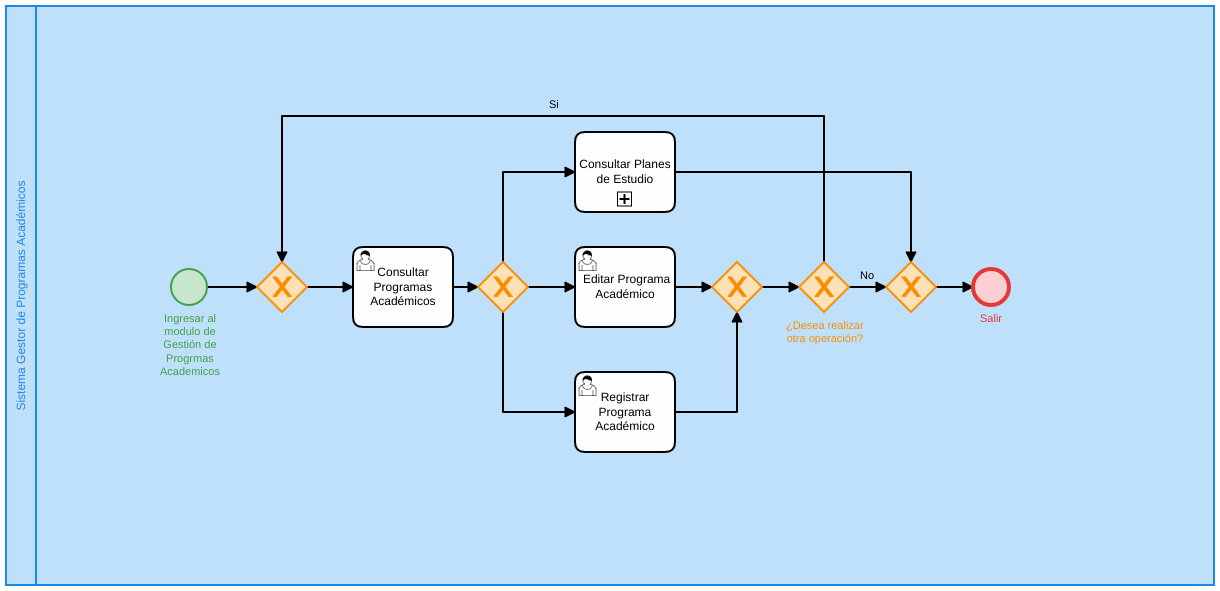
Above: Manual de Usuario/Jefe de Innovación Educatva/images/SP3/gestionPA.png in SoftwareEngineerESCOM/IngSof (BPMN), before the change. Its source is kept beside it as Manual de Usuario/Jefe de Innovación Educatva/images/SP3/gestionPA.bpmn. Ids are renumbered.
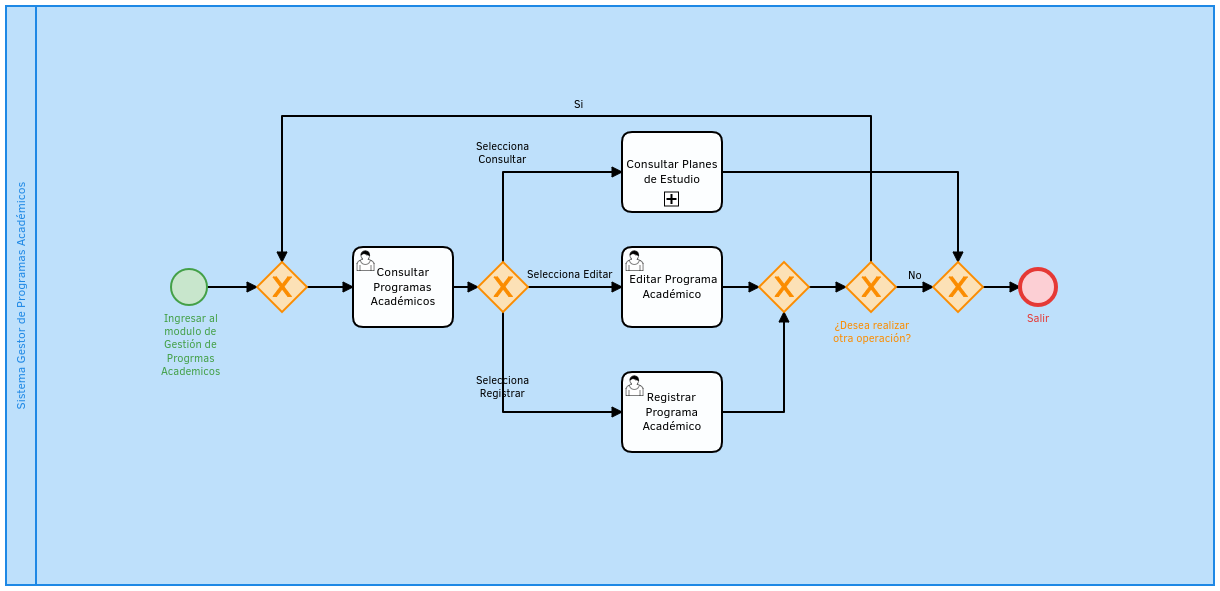
After the change.

Diff of the diagram source:
```diff
@@ -1,35 +1,37 @@
-<bpmn:definitions xmlns:bpmn="http://www.omg.org/spec/BPMN/20100524/MODEL" xmlns:bpmndi="http://www.omg.org/spec/BPMN/20100524/DI" xmlns:di="http://www.omg.org/spec/DD/20100524/DI" xmlns:dc="http://www.omg.org/spec/DD/20100524/DC" xmlns:bioc="http://bpmn.io/schema/bpmn/biocolor/1.0" id="Definitions_n1" targetNamespace="http://bpmn.io/schema/bpmn" exporter="Camunda Modeler" exporterVersion="2.0.1">
+<bpmn:definitions xmlns:bpmn="http://www.omg.org/spec/BPMN/20100524/MODEL" xmlns:bpmndi="http://www.omg.org/spec/BPMN/20100524/DI" xmlns:di="http://www.omg.org/spec/DD/20100524/DI" xmlns:dc="http://www.omg.org/spec/DD/20100524/DC" xmlns:bioc="http://bpmn.io/schema/bpmn/biocolor/1.0" id="Definitions_n1" targetNamespace="http://bpmn.io/schema/bpmn" exporter="Camunda Modeler" exporterVersion="2.0.3">
   <bpmn:collaboration id="Collaboration_n2">
     <bpmn:participant id="Participant_n3" name="Sistema Gestor de Programas Académicos" processRef="Process_1" />
   </bpmn:collaboration>
   <bpmn:process id="Process_1" isExecutable="true">
-    <bpmn:sequenceFlow id="SequenceFlow_n4" name="Si" sourceRef="ExclusiveGateway_n5" targetRef="ExclusiveGateway_n6" />
-    <bpmn:sequenceFlow id="SequenceFlow_n7" sourceRef="StartEvent_1" targetRef="ExclusiveGateway_n6" />
     <bpmn:startEvent id="StartEvent_1" name="Ingresar al modulo de Gestión de Progrmas Academicos">
       <bpmn:outgoing>SequenceFlow_n7</bpmn:outgoing>
     </bpmn:startEvent>
-    <bpmn:exclusiveGateway id="ExclusiveGateway_n5" name="¿Desea realizar&#10;otra operación?">
-      <bpmn:incoming>SequenceFlow_n8</bpmn:incoming>
-      <bpmn:outgoing>SequenceFlow_n4</bpmn:outgoing>
-      <bpmn:outgoing>SequenceFlow_n9</bpmn:outgoing>
-    </bpmn:exclusiveGateway>
-    <bpmn:sequenceFlow id="SequenceFlow_n10" sourceRef="ExclusiveGateway_n11" targetRef="Task_n12" />
     <bpmn:userTask id="Task_n13" name="Consultar&#10;Programas Académicos">
       <bpmn:incoming>SequenceFlow_n14</bpmn:incoming>
       <bpmn:outgoing>SequenceFlow_n15</bpmn:outgoing>
     </bpmn:userTask>
-    <bpmn:sequenceFlow id="SequenceFlow_n16" sourceRef="ExclusiveGateway_n11" targetRef="Task_n17" />
-    <bpmn:sequenceFlow id="SequenceFlow_n18" sourceRef="ExclusiveGateway_n11" targetRef="Task_n19" />
-    <bpmn:sequenceFlow id="SequenceFlow_n20" sourceRef="Task_n17" targetRef="ExclusiveGateway_n21" />
-    <bpmn:sequenceFlow id="SequenceFlow_n22" sourceRef="Task_n19" targetRef="ExclusiveGateway_n21" />
-    <bpmn:sequenceFlow id="SequenceFlow_n8" sourceRef="ExclusiveGateway_n21" targetRef="ExclusiveGateway_n5" />
-    <bpmn:sequenceFlow id="SequenceFlow_n15" sourceRef="Task_n13" targetRef="ExclusiveGateway_n11" />
-    <bpmn:sequenceFlow id="SequenceFlow_n14" sourceRef="ExclusiveGateway_n6" targetRef="Task_n13" />
     <bpmn:exclusiveGateway id="ExclusiveGateway_n11">
       <bpmn:incoming>SequenceFlow_n15</bpmn:incoming>
       <bpmn:outgoing>SequenceFlow_n10</bpmn:outgoing>
       <bpmn:outgoing>SequenceFlow_n16</bpmn:outgoing>
       <bpmn:outgoing>SequenceFlow_n18</bpmn:outgoing>
+    </bpmn:exclusiveGateway>
+    <bpmn:exclusiveGateway id="ExclusiveGateway_n6">
+      <bpmn:incoming>SequenceFlow_n4</bpmn:incoming>
+      <bpmn:incoming>SequenceFlow_n7</bpmn:incoming>
+      <bpmn:outgoing>SequenceFlow_n14</bpmn:outgoing>
+    </bpmn:exclusiveGateway>
+    <bpmn:sequenceFlow id="SequenceFlow_n14" sourceRef="ExclusiveGateway_n6" targetRef="Task_n13" />
+    <bpmn:sequenceFlow id="SequenceFlow_n15" sourceRef="Task_n13" targetRef="ExclusiveGateway_n11" />
+    <bpmn:sequenceFlow id="SequenceFlow_n18" name="Selecciona Registrar" sourceRef="ExclusiveGateway_n11" targetRef="Task_n19" />
+    <bpmn:sequenceFlow id="SequenceFlow_n16" name="Selecciona Editar" sourceRef="ExclusiveGateway_n11" targetRef="Task_n17" />
+    <bpmn:sequenceFlow id="SequenceFlow_n10" name="Selecciona Consultar" sourceRef="ExclusiveGateway_n11" targetRef="Task_n12" />
+    <bpmn:sequenceFlow id="SequenceFlow_n7" sourceRef="StartEvent_1" targetRef="ExclusiveGateway_n6" />
+    <bpmn:sequenceFlow id="SequenceFlow_n4" name="Si" sourceRef="ExclusiveGateway_n5" targetRef="ExclusiveGateway_n6" />
+    <bpmn:exclusiveGateway id="ExclusiveGateway_n5" name="¿Desea realizar&#10;otra operación?">
+      <bpmn:incoming>SequenceFlow_n8</bpmn:incoming>
+      <bpmn:outgoing>SequenceFlow_n4</bpmn:outgoing>
+      <bpmn:outgoing>SequenceFlow_n9</bpmn:outgoing>
     </bpmn:exclusiveGateway>
     <bpmn:userTask id="Task_n19" name="Registrar Programa Académico">
       <bpmn:incoming>SequenceFlow_n18</bpmn:incoming>
@@ -39,12 +41,9 @@
       <bpmn:incoming>SequenceFlow_n10</bpmn:incoming>
       <bpmn:outgoing>SequenceFlow_n23</bpmn:outgoing>
     </bpmn:subProcess>
-    <bpmn:sequenceFlow id="SequenceFlow_n9" name="No" sourceRef="ExclusiveGateway_n5" targetRef="ExclusiveGateway_n24" />
     <bpmn:endEvent id="EndEvent_n25" name="Salir">
       <bpmn:incoming>SequenceFlow_n26</bpmn:incoming>
     </bpmn:endEvent>
-    <bpmn:sequenceFlow id="SequenceFlow_n26" sourceRef="ExclusiveGateway_n24" targetRef="EndEvent_n25" />
-    <bpmn:sequenceFlow id="SequenceFlow_n23" sourceRef="Task_n12" targetRef="ExclusiveGateway_n24" />
     <bpmn:userTask id="Task_n17" name=" Editar Programa Académico">
       <bpmn:incoming>SequenceFlow_n16</bpmn:incoming>
       <bpmn:outgoing>SequenceFlow_n20</bpmn:outgoing>
@@ -59,122 +58,132 @@
       <bpmn:incoming>SequenceFlow_n23</bpmn:incoming>
       <bpmn:outgoing>SequenceFlow_n26</bpmn:outgoing>
     </bpmn:exclusiveGateway>
-    <bpmn:exclusiveGateway id="ExclusiveGateway_n6">
-      <bpmn:incoming>SequenceFlow_n4</bpmn:incoming>
-      <bpmn:incoming>SequenceFlow_n7</bpmn:incoming>
-      <bpmn:outgoing>SequenceFlow_n14</bpmn:outgoing>
-    </bpmn:exclusiveGateway>
+    <bpmn:sequenceFlow id="SequenceFlow_n8" sourceRef="ExclusiveGateway_n21" targetRef="ExclusiveGateway_n5" />
+    <bpmn:sequenceFlow id="SequenceFlow_n9" name="No" sourceRef="ExclusiveGateway_n5" targetRef="ExclusiveGateway_n24" />
+    <bpmn:sequenceFlow id="SequenceFlow_n22" sourceRef="Task_n19" targetRef="ExclusiveGateway_n21" />
+    <bpmn:sequenceFlow id="SequenceFlow_n23" sourceRef="Task_n12" targetRef="ExclusiveGateway_n24" />
+    <bpmn:sequenceFlow id="SequenceFlow_n26" sourceRef="ExclusiveGateway_n24" targetRef="EndEvent_n25" />
+    <bpmn:sequenceFlow id="SequenceFlow_n20" sourceRef="Task_n17" targetRef="ExclusiveGateway_n21" />
   </bpmn:process>
   <bpmndi:BPMNDiagram id="BPMNDiagram_1">
     <bpmndi:BPMNPlane id="BPMNPlane_1" bpmnElement="Collaboration_n2">
       <bpmndi:BPMNShape id="Participant_n3_di" bpmnElement="Participant_n3" bioc:stroke="#1E88E5" bioc:fill="#BBDEFB">
-        <dc:Bounds x="106" y="-162" width="1208" height="579" />
+        <dc:Bounds x="106" y="-156" width="1208" height="579" />
       </bpmndi:BPMNShape>
       <bpmndi:BPMNShape id="_BPMNShape_StartEvent_2" bpmnElement="StartEvent_1" bioc:stroke="#43A047" bioc:fill="#C8E6C9">
-        <dc:Bounds x="271" y="101" width="36" height="36" />
+        <dc:Bounds x="271" y="107" width="36" height="36" />
         <bpmndi:BPMNLabel>
-          <dc:Bounds x="260" y="144" width="60" height="66" />
+          <dc:Bounds x="261" y="150" width="59" height="66" />
         </bpmndi:BPMNLabel>
       </bpmndi:BPMNShape>
       <bpmndi:BPMNEdge id="SequenceFlow_n10_di" bpmnElement="SequenceFlow_n10">
-        <di:waypoint x="603" y="94" />
-        <di:waypoint x="603" y="4" />
-        <di:waypoint x="675" y="4" />
+        <di:waypoint x="603" y="100" />
+        <di:waypoint x="603" y="10" />
+        <di:waypoint x="722" y="10" />
+        <bpmndi:BPMNLabel>
+          <dc:Bounds x="576" y="-21.999999999999943" width="54" height="27" />
+        </bpmndi:BPMNLabel>
       </bpmndi:BPMNEdge>
       <bpmndi:BPMNShape id="UserTask_1a315aq_di" bpmnElement="Task_n13">
-        <dc:Bounds x="453" y="79" width="100" height="80" />
+        <dc:Bounds x="453" y="85" width="100" height="80" />
       </bpmndi:BPMNShape>
       <bpmndi:BPMNShape id="UserTask_0ur3yv6_di" bpmnElement="Task_n17">
-        <dc:Bounds x="675" y="79" width="100" height="80" />
+        <dc:Bounds x="722" y="85" width="100" height="80" />
       </bpmndi:BPMNShape>
       <bpmndi:BPMNShape id="UserTask_1x11um0_di" bpmnElement="Task_n19">
-        <dc:Bounds x="675" y="204" width="100" height="80" />
+        <dc:Bounds x="722" y="210" width="100" height="80" />
       </bpmndi:BPMNShape>
       <bpmndi:BPMNShape id="ExclusiveGateway_181dui5_di" bpmnElement="ExclusiveGateway_n5" isMarkerVisible="true" bioc:stroke="#FB8C00" bioc:fill="#FFE0B2">
-        <dc:Bounds x="899" y="94" width="50" height="50" />
+        <dc:Bounds x="946" y="100" width="50" height="50" />
         <bpmndi:BPMNLabel>
-          <dc:Bounds x="886" y="151" width="78" height="27" />
+          <dc:Bounds x="933" y="157" width="79" height="27" />
         </bpmndi:BPMNLabel>
       </bpmndi:BPMNShape>
       <bpmndi:BPMNEdge id="SequenceFlow_n7_di" bpmnElement="SequenceFlow_n7">
-        <di:waypoint x="307" y="119" />
-        <di:waypoint x="357" y="119" />
+        <di:waypoint x="307" y="125" />
+        <di:waypoint x="357" y="125" />
       </bpmndi:BPMNEdge>
       <bpmndi:BPMNEdge id="SequenceFlow_n4_di" bpmnElement="SequenceFlow_n4">
-        <di:waypoint x="924" y="94" />
-        <di:waypoint x="924" y="-52" />
-        <di:waypoint x="382" y="-52" />
-        <di:waypoint x="382" y="94" />
+        <di:waypoint x="971" y="100" />
+        <di:waypoint x="971" y="-46" />
+        <di:waypoint x="382" y="-46" />
+        <di:waypoint x="382" y="100" />
         <bpmndi:BPMNLabel>
-          <dc:Bounds x="649" y="-70" width="10" height="14" />
+          <dc:Bounds x="674" y="-64" width="9" height="14" />
         </bpmndi:BPMNLabel>
       </bpmndi:BPMNEdge>
       <bpmndi:BPMNEdge id="SequenceFlow_n16_di" bpmnElement="SequenceFlow_n16">
-        <di:waypoint x="628" y="119" />
-        <di:waypoint x="675" y="119" />
+        <di:waypoint x="628" y="125" />
+        <di:waypoint x="722" y="125" />
+        <bpmndi:BPMNLabel>
+          <dc:Bounds x="627" y="106" width="87" height="14" />
+        </bpmndi:BPMNLabel>
       </bpmndi:BPMNEdge>
       <bpmndi:BPMNEdge id="SequenceFlow_n18_di" bpmnElement="SequenceFlow_n18">
-        <di:waypoint x="603" y="144" />
-        <di:waypoint x="603" y="244" />
-        <di:waypoint x="675" y="244" />
+        <di:waypoint x="603" y="150" />
+        <di:waypoint x="603" y="250" />
+        <di:waypoint x="722" y="250" />
+        <bpmndi:BPMNLabel>
+          <dc:Bounds x="576" y="212" width="54" height="27" />
+        </bpmndi:BPMNLabel>
       </bpmndi:BPMNEdge>
       <bpmndi:BPMNEdge id="SequenceFlow_n20_di" bpmnElement="SequenceFlow_n20">
-        <di:waypoint x="775" y="119" />
-        <di:waypoint x="812" y="119" />
+        <di:waypoint x="822" y="125" />
+        <di:waypoint x="859" y="125" />
       </bpmndi:BPMNEdge>
       <bpmndi:BPMNEdge id="SequenceFlow_n22_di" bpmnElement="SequenceFlow_n22">
-        <di:waypoint x="775" y="244" />
-        <di:waypoint x="837" y="244" />
-        <di:waypoint x="837" y="144" />
+        <di:waypoint x="822" y="250" />
+        <di:waypoint x="884" y="250" />
+        <di:waypoint x="884" y="150" />
       </bpmndi:BPMNEdge>
       <bpmndi:BPMNEdge id="SequenceFlow_n8_di" bpmnElement="SequenceFlow_n8">
-        <di:waypoint x="862" y="119" />
-        <di:waypoint x="899" y="119" />
+        <di:waypoint x="909" y="125" />
+        <di:waypoint x="946" y="125" />
       </bpmndi:BPMNEdge>
       <bpmndi:BPMNEdge id="SequenceFlow_n15_di" bpmnElement="SequenceFlow_n15">
-        <di:waypoint x="553" y="119" />
-        <di:waypoint x="578" y="119" />
+        <di:waypoint x="553" y="125" />
+        <di:waypoint x="578" y="125" />
       </bpmndi:BPMNEdge>
       <bpmndi:BPMNEdge id="SequenceFlow_n14_di" bpmnElement="SequenceFlow_n14">
-        <di:waypoint x="407" y="119" />
-        <di:waypoint x="453" y="119" />
+        <di:waypoint x="407" y="125" />
+        <di:waypoint x="453" y="125" />
       </bpmndi:BPMNEdge>
       <bpmndi:BPMNShape id="ExclusiveGateway_1ocyh20_di" bpmnElement="ExclusiveGateway_n11" isMarkerVisible="true" bioc:stroke="#FB8C00" bioc:fill="#FFE0B2">
-        <dc:Bounds x="578" y="94" width="50" height="50" />
+        <dc:Bounds x="578" y="100" width="50" height="50" />
       </bpmndi:BPMNShape>
       <bpmndi:BPMNShape id="SubProcess_1g9wywk_di" bpmnElement="Task_n12">
-        <dc:Bounds x="675" y="-36" width="100" height="80" />
+        <dc:Bounds x="722" y="-30" width="100" height="80" />
       </bpmndi:BPMNShape>
       <bpmndi:BPMNEdge id="SequenceFlow_n9_di" bpmnElement="SequenceFlow_n9">
-        <di:waypoint x="949" y="119" />
-        <di:waypoint x="986" y="119" />
+        <di:waypoint x="996" y="125" />
+        <di:waypoint x="1033" y="125" />
         <bpmndi:BPMNLabel>
-          <dc:Bounds x="960" y="101" width="15" height="14" />
+          <dc:Bounds x="1008" y="107" width="14" height="14" />
         </bpmndi:BPMNLabel>
       </bpmndi:BPMNEdge>
       <bpmndi:BPMNShape id="EndEvent_n25_di" bpmnElement="EndEvent_n25" bioc:stroke="#E53935" bioc:fill="#FFCDD2">
-        <dc:Bounds x="1073" y="101" width="36" height="36" />
+        <dc:Bounds x="1120" y="107" width="36" height="36" />
         <bpmndi:BPMNLabel>
-          <dc:Bounds x="1080" y="144" width="23" height="14" />
+          <dc:Bounds x="1127" y="150" width="24" height="14" />
         </bpmndi:BPMNLabel>
       </bpmndi:BPMNShape>
       <bpmndi:BPMNEdge id="SequenceFlow_n26_di" bpmnElement="SequenceFlow_n26">
-        <di:waypoint x="1036" y="119" />
-        <di:waypoint x="1073" y="119" />
+        <di:waypoint x="1083" y="125" />
+        <di:waypoint x="1120" y="125" />
       </bpmndi:BPMNEdge>
       <bpmndi:BPMNEdge id="SequenceFlow_n23_di" bpmnElement="SequenceFlow_n23">
-        <di:waypoint x="775" y="4" />
-        <di:waypoint x="1011" y="4" />
-        <di:waypoint x="1011" y="94" />
+        <di:waypoint x="822" y="10" />
+        <di:waypoint x="1058" y="10" />
+        <di:waypoint x="1058" y="100" />
       </bpmndi:BPMNEdge>
       <bpmndi:BPMNShape id="ExclusiveGateway_0yk9aiy_di" bpmnElement="ExclusiveGateway_n21" isMarkerVisible="true" bioc:stroke="#FB8C00" bioc:fill="#FFE0B2">
-        <dc:Bounds x="812" y="94" width="50" height="50" />
+        <dc:Bounds x="859" y="100" width="50" height="50" />
       </bpmndi:BPMNShape>
       <bpmndi:BPMNShape id="ExclusiveGateway_0mjspwx_di" bpmnElement="ExclusiveGateway_n24" isMarkerVisible="true" bioc:stroke="#FB8C00" bioc:fill="#FFE0B2">
-        <dc:Bounds x="986" y="94" width="50" height="50" />
+        <dc:Bounds x="1033" y="100" width="50" height="50" />
       </bpmndi:BPMNShape>
       <bpmndi:BPMNShape id="ExclusiveGateway_1ohlcmb_di" bpmnElement="ExclusiveGateway_n6" isMarkerVisible="true" bioc:stroke="#FB8C00" bioc:fill="#FFE0B2">
-        <dc:Bounds x="357" y="94" width="50" height="50" />
+        <dc:Bounds x="357" y="100" width="50" height="50" />
       </bpmndi:BPMNShape>
     </bpmndi:BPMNPlane>
   </bpmndi:BPMNDiagram>
```
